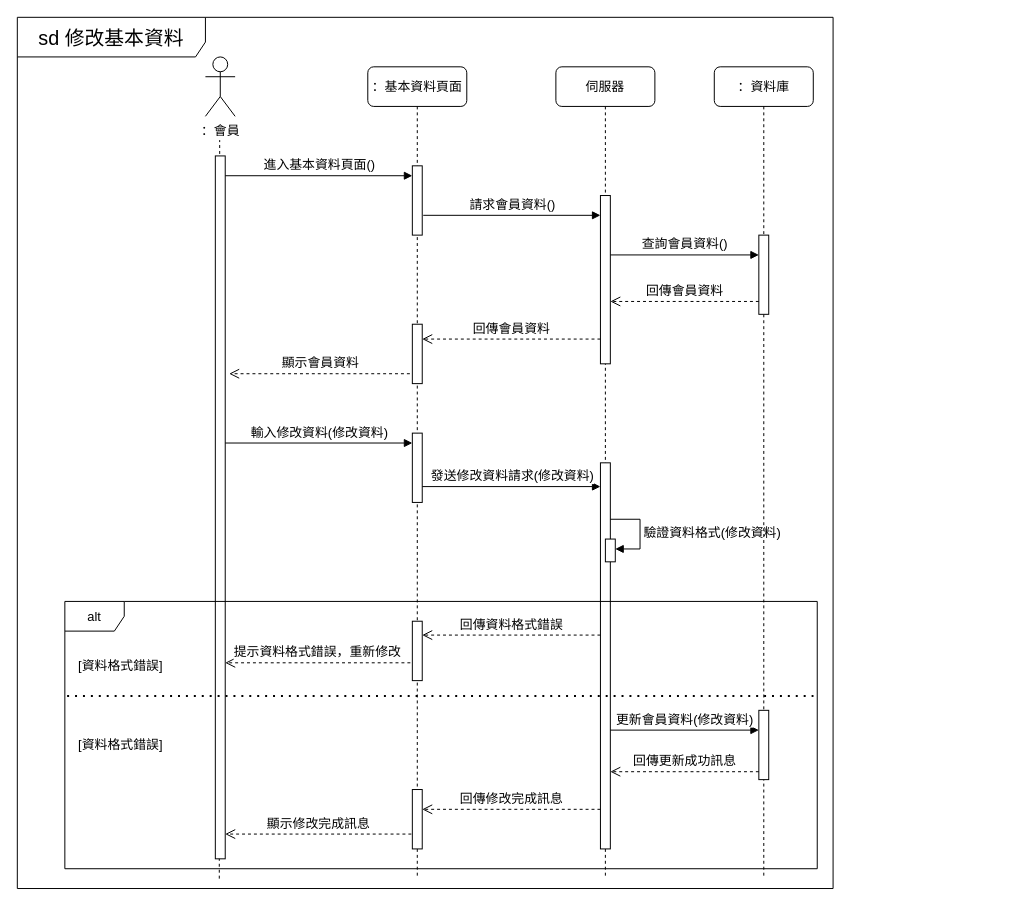
Above: page "修改基本資料" (3 of 9) of 文件製作/複評檔案/物件導向/循序圖.drawio in Cuddles-Yu/ntub-coding (draw.io), before the change. Source tidied: cells renumbered, new cells numbered last; positions are measured from the earlier drawing's top-left corner, leaving out a move shared by most shapes. Both pictures are drawn from the tidied source at 99%, with x=0, y=0 at pixel (17, 17).
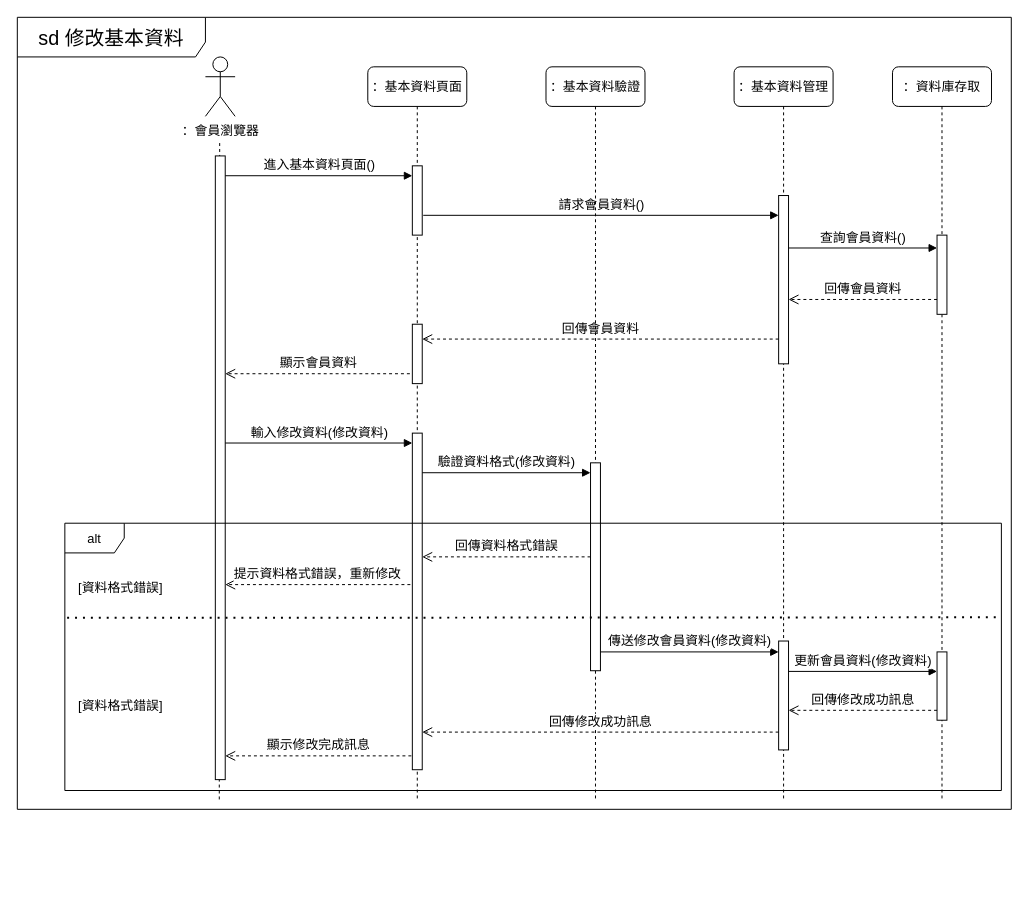
The same diagram, later.

Unchanged cells that the change refers to:
```xml
<mxCell id="18" style="html=1;points=[[0,0,0,0,5],[0,1,0,0,-5],[1,0,0,0,5],[1,1,0,0,-5]];perimeter=orthogonalPerimeter;outlineConnect=0;targetShapes=umlLifeline;portConstraint=eastwest;newEdgeStyle={&quot;curved&quot;:0,&quot;rounded&quot;:0};fontSize=13;" parent="17" vertex="1">
  <mxGeometry x="45" y="170" width="10" height="80" as="geometry" />
</mxCell>
```

The edit, as a diff of the source:
```diff
@@
     <mxCell id="2" style="endArrow=none;dashed=1;html=1;rounded=0;" parent="1" edge="1">
       <mxGeometry relative="1" as="geometry">
-        <mxPoint x="204" y="870" as="sourcePoint" />
+        <mxPoint x="204" y="790" as="sourcePoint" />
         <mxPoint x="204.4" y="124" as="targetPoint" />
       </mxGeometry>
     </mxCell>
     <mxCell id="3" value="&lt;font style=&quot;font-size: 20px;&quot;&gt;sd 修改基本資料&lt;/font&gt;" style="shape=umlFrame;whiteSpace=wrap;html=1;width=190;height=40;" parent="1" vertex="1">
-      <mxGeometry width="824" height="880" as="geometry" />
+      <mxGeometry width="1004" height="800" as="geometry" />
     </mxCell>
-    <mxCell id="4" value="：會員" style="shape=umlActor;verticalLabelPosition=bottom;verticalAlign=top;html=1;fontSize=13;" parent="1" vertex="1">
+    <mxCell id="4" value="：會員瀏覽器" style="shape=umlActor;verticalLabelPosition=bottom;verticalAlign=top;html=1;fontSize=13;" parent="1" vertex="1">
       <mxGeometry x="190" y="40" width="30" height="60" as="geometry" />
     </mxCell>
     <mxCell id="5" value="：基本資料頁面" style="shape=umlLifeline;perimeter=lifelinePerimeter;whiteSpace=wrap;html=1;newEdgeStyle={&quot;edgeStyle&quot;:&quot;elbowEdgeStyle&quot;,&quot;elbow&quot;:&quot;vertical&quot;,&quot;curved&quot;:0,&quot;rounded&quot;:0};rounded=1;fontSize=13;" parent="1" vertex="1">
-      <mxGeometry x="354" y="50" width="100" height="820" as="geometry" />
+      <mxGeometry x="354" y="50" width="100" height="740" as="geometry" />
     </mxCell>
@@
     <mxCell id="8" style="html=1;points=[[0,0,0,0,5],[0,1,0,0,-5],[1,0,0,0,5],[1,1,0,0,-5]];perimeter=orthogonalPerimeter;outlineConnect=0;targetShapes=umlLifeline;portConstraint=eastwest;newEdgeStyle={&quot;curved&quot;:0,&quot;rounded&quot;:0};fontSize=13;" parent="5" vertex="1">
-      <mxGeometry x="45" y="370" width="10" height="70" as="geometry" />
+      <mxGeometry x="45" y="370" width="10" height="340" as="geometry" />
     </mxCell>
-    <mxCell id="9" style="html=1;perimeter=orthogonalPerimeter;targetShapes=umlLifeline;newEdgeStyle={&quot;curved&quot;:0,&quot;rounded&quot;:0};fontSize=13;" parent="5" vertex="1">
-      <mxGeometry x="45" y="560" width="10" height="60" as="geometry" />
-    </mxCell>
-    <mxCell id="10" style="html=1;perimeter=orthogonalPerimeter;targetShapes=umlLifeline;newEdgeStyle={&quot;curved&quot;:0,&quot;rounded&quot;:0};fontSize=13;" parent="5" vertex="1">
-      <mxGeometry x="45" y="730" width="10" height="60" as="geometry" />
-    </mxCell>
     <mxCell id="11" style="html=1;points=[[0,0,0,0,5],[0,1,0,0,-5],[1,0,0,0,5],[1,1,0,0,-5]];perimeter=orthogonalPerimeter;outlineConnect=0;targetShapes=umlLifeline;portConstraint=eastwest;newEdgeStyle={&quot;curved&quot;:0,&quot;rounded&quot;:0};fontSize=13;" parent="1" vertex="1">
-      <mxGeometry x="200" y="140" width="10" height="710" as="geometry" />
+      <mxGeometry x="200" y="140" width="10" height="630" as="geometry" />
     </mxCell>
-    <mxCell id="12" value="伺服器" style="shape=umlLifeline;perimeter=lifelinePerimeter;whiteSpace=wrap;html=1;newEdgeStyle={&quot;edgeStyle&quot;:&quot;elbowEdgeStyle&quot;,&quot;elbow&quot;:&quot;vertical&quot;,&quot;curved&quot;:0,&quot;rounded&quot;:0};rounded=1;fontSize=13;" parent="1" vertex="1">
-      <mxGeometry x="544" y="50" width="100" height="820" as="geometry" />
+    <mxCell id="12" value="：基本資料管理" style="shape=umlLifeline;perimeter=lifelinePerimeter;whiteSpace=wrap;html=1;newEdgeStyle={&quot;edgeStyle&quot;:&quot;elbowEdgeStyle&quot;,&quot;elbow&quot;:&quot;vertical&quot;,&quot;curved&quot;:0,&quot;rounded&quot;:0};rounded=1;fontSize=13;" parent="1" vertex="1">
+      <mxGeometry x="724" y="50" width="100" height="740" as="geometry" />
     </mxCell>
@@
-    <mxCell id="14" style="html=1;points=[[0,0,0,0,5],[0,1,0,0,-5],[1,0,0,0,5],[1,1,0,0,-5]];perimeter=orthogonalPerimeter;outlineConnect=0;targetShapes=umlLifeline;portConstraint=eastwest;newEdgeStyle={&quot;curved&quot;:0,&quot;rounded&quot;:0};fontSize=13;" parent="12" vertex="1">
-      <mxGeometry x="45" y="400" width="10" height="390" as="geometry" />
-    </mxCell>
-    <mxCell id="15" style="html=1;points=[[0,0,0,0,5],[0,1,0,0,-5],[1,0,0,0,5],[1,1,0,0,-5]];perimeter=orthogonalPerimeter;outlineConnect=0;targetShapes=umlLifeline;portConstraint=eastwest;newEdgeStyle={&quot;curved&quot;:0,&quot;rounded&quot;:0};fontSize=13;" parent="12" vertex="1">
-      <mxGeometry x="50" y="477" width="10" height="23" as="geometry" />
-    </mxCell>
-    <mxCell id="16" value="驗證資料格式(修改資料)" style="html=1;align=left;spacingLeft=2;endArrow=block;rounded=0;edgeStyle=orthogonalEdgeStyle;curved=0;rounded=0;fontSize=13;" parent="12" edge="1" target="15">
-      <mxGeometry relative="1" as="geometry">
-        <mxPoint x="55" y="457" as="sourcePoint" />
-        <Array as="points">
-          <mxPoint x="85" y="487" />
-        </Array>
-      </mxGeometry>
-    </mxCell>
+    <mxCell id="33" style="html=1;points=[[0,0,0,0,5],[0,1,0,0,-5],[1,0,0,0,5],[1,1,0,0,-5]];perimeter=orthogonalPerimeter;outlineConnect=0;targetShapes=umlLifeline;portConstraint=eastwest;newEdgeStyle={&quot;curved&quot;:0,&quot;rounded&quot;:0};fontSize=13;" parent="12" vertex="1">
+      <mxGeometry x="45" y="580" width="10" height="110" as="geometry" />
+    </mxCell>
-    <mxCell id="17" value="：資料庫" style="shape=umlLifeline;perimeter=lifelinePerimeter;whiteSpace=wrap;html=1;newEdgeStyle={&quot;edgeStyle&quot;:&quot;elbowEdgeStyle&quot;,&quot;elbow&quot;:&quot;vertical&quot;,&quot;curved&quot;:0,&quot;rounded&quot;:0};rounded=1;fontSize=13;" parent="1" vertex="1">
-      <mxGeometry x="704" y="50" width="100" height="820" as="geometry" />
+    <mxCell id="17" value="：資料庫存取" style="shape=umlLifeline;perimeter=lifelinePerimeter;whiteSpace=wrap;html=1;newEdgeStyle={&quot;edgeStyle&quot;:&quot;elbowEdgeStyle&quot;,&quot;elbow&quot;:&quot;vertical&quot;,&quot;curved&quot;:0,&quot;rounded&quot;:0};rounded=1;fontSize=13;" parent="1" vertex="1">
+      <mxGeometry x="884" y="50" width="100" height="740" as="geometry" />
     </mxCell>
@@
+    <mxCell id="38" style="html=1;points=[[0,0,0,0,5],[0,1,0,0,-5],[1,0,0,0,5],[1,1,0,0,-5]];perimeter=orthogonalPerimeter;outlineConnect=0;targetShapes=umlLifeline;portConstraint=eastwest;newEdgeStyle={&quot;curved&quot;:0,&quot;rounded&quot;:0};fontSize=13;" parent="17" vertex="1">
+      <mxGeometry x="45" y="591" width="10" height="69" as="geometry" />
+    </mxCell>
@@
-    <mxCell id="21" value="查詢會員資料()" style="html=1;verticalAlign=bottom;endArrow=block;curved=0;rounded=0;fontSize=13;" parent="1" edge="1">
+    <mxCell id="21" value="查詢會員資料()" style="html=1;verticalAlign=bottom;endArrow=block;curved=0;rounded=0;fontSize=13;" parent="1" edge="1" target="18">
       <mxGeometry relative="1" as="geometry">
-        <mxPoint x="599" y="240" as="sourcePoint" />
-        <mxPoint x="749" y="240" as="targetPoint" />
+        <mxPoint x="779" y="233" as="sourcePoint" />
       </mxGeometry>
     </mxCell>
-    <mxCell id="22" value="回傳會員資料" style="html=1;verticalAlign=bottom;endArrow=open;dashed=1;endSize=8;curved=0;rounded=0;fontSize=13;" parent="1" edge="1">
+    <mxCell id="22" value="回傳會員資料" style="html=1;verticalAlign=bottom;endArrow=open;dashed=1;endSize=8;curved=0;rounded=0;fontSize=13;" parent="1" edge="1" source="18">
       <mxGeometry relative="1" as="geometry">
-        <mxPoint x="749" y="287" as="sourcePoint" />
-        <mxPoint x="599" y="287" as="targetPoint" />
+        <mxPoint x="779" y="285" as="targetPoint" />
       </mxGeometry>
     </mxCell>
@@
-    <mxCell id="24" value="顯示會員資料" style="html=1;verticalAlign=bottom;endArrow=open;dashed=1;endSize=8;curved=0;rounded=0;fontSize=13;" parent="1" edge="1">
+    <mxCell id="24" value="顯示會員資料" style="html=1;verticalAlign=bottom;endArrow=open;dashed=1;endSize=8;curved=0;rounded=0;fontSize=13;" parent="1" edge="1" target="11">
       <mxGeometry relative="1" as="geometry">
         <mxPoint x="396.5" y="360" as="sourcePoint" />
-        <mxPoint x="214" y="360" as="targetPoint" />
       </mxGeometry>
     </mxCell>
@@
-    <mxCell id="26" value="發送修改資料請求(修改資料)" style="html=1;verticalAlign=bottom;endArrow=block;curved=0;rounded=0;fontSize=13;" parent="1" edge="1" target="14">
-      <mxGeometry x="0.01" relative="1" as="geometry">
-        <mxPoint x="409" y="474" as="sourcePoint" />
-      </mxGeometry>
-    </mxCell>
-    <mxCell id="27" value="alt" style="shape=umlFrame;whiteSpace=wrap;html=1;fontSize=13;" parent="1" vertex="1">
-      <mxGeometry x="48" y="590" width="760" height="270" as="geometry" />
-    </mxCell>
     <mxCell id="28" value="[資料格式錯誤]" style="text;html=1;align=center;verticalAlign=middle;strokeColor=none;fillColor=none;fontSize=13;" parent="1" vertex="1">
-      <mxGeometry x="49" y="640" width="110" height="30" as="geometry" />
+      <mxGeometry x="49" y="561" width="110" height="30" as="geometry" />
     </mxCell>
-    <mxCell id="29" value="回傳資料格式錯誤" style="html=1;verticalAlign=bottom;endArrow=open;dashed=1;endSize=8;curved=0;rounded=0;fontSize=13;" parent="1" edge="1">
+    <mxCell id="29" value="回傳資料格式錯誤" style="html=1;verticalAlign=bottom;endArrow=open;dashed=1;endSize=8;curved=0;rounded=0;fontSize=13;" parent="1" edge="1" source="40">
       <mxGeometry relative="1" as="geometry">
-        <mxPoint x="589" y="624" as="sourcePoint" />
-        <mxPoint x="409" y="624" as="targetPoint" />
+        <mxPoint x="409" y="545" as="targetPoint" />
       </mxGeometry>
     </mxCell>
     <mxCell id="30" value="提示資料格式錯誤，重新修改" style="html=1;verticalAlign=bottom;endArrow=open;dashed=1;endSize=8;curved=0;rounded=0;fontSize=13;" parent="1" edge="1">
       <mxGeometry relative="1" as="geometry">
-        <mxPoint x="397" y="652" as="sourcePoint" />
-        <mxPoint x="210" y="652" as="targetPoint" />
+        <mxPoint x="397" y="573" as="sourcePoint" />
+        <mxPoint x="210" y="573" as="targetPoint" />
       </mxGeometry>
     </mxCell>
     <mxCell id="31" value="[資料格式錯誤]" style="text;html=1;align=center;verticalAlign=middle;strokeColor=none;fillColor=none;fontSize=13;" parent="1" vertex="1">
-      <mxGeometry x="49" y="720" width="110" height="30" as="geometry" />
+      <mxGeometry x="49" y="680" width="110" height="30" as="geometry" />
     </mxCell>
+    <mxCell id="36" value="顯示修改完成訊息" style="html=1;verticalAlign=bottom;endArrow=open;dashed=1;endSize=8;curved=0;rounded=0;fontSize=13;" parent="1" edge="1">
+      <mxGeometry relative="1" as="geometry">
+        <mxPoint x="398" y="746" as="sourcePoint" />
+        <mxPoint x="210" y="746" as="targetPoint" />
+      </mxGeometry>
+    </mxCell>
+    <mxCell id="39" value="：基本資料驗證" style="shape=umlLifeline;perimeter=lifelinePerimeter;whiteSpace=wrap;html=1;newEdgeStyle={&quot;edgeStyle&quot;:&quot;elbowEdgeStyle&quot;,&quot;elbow&quot;:&quot;vertical&quot;,&quot;curved&quot;:0,&quot;rounded&quot;:0};rounded=1;fontSize=13;" parent="1" vertex="1">
+      <mxGeometry x="534" y="50" width="100" height="740" as="geometry" />
+    </mxCell>
+    <mxCell id="40" style="html=1;points=[[0,0,0,0,5],[0,1,0,0,-5],[1,0,0,0,5],[1,1,0,0,-5]];perimeter=orthogonalPerimeter;outlineConnect=0;targetShapes=umlLifeline;portConstraint=eastwest;newEdgeStyle={&quot;curved&quot;:0,&quot;rounded&quot;:0};fontSize=13;" parent="39" vertex="1">
+      <mxGeometry x="45" y="400" width="10" height="210" as="geometry" />
+    </mxCell>
+    <mxCell id="16" value="&lt;span style=&quot;font-size: 13px; text-align: left;&quot;&gt;驗證資料格式(修改資料)&lt;/span&gt;" style="html=1;verticalAlign=bottom;endArrow=block;curved=0;rounded=0;fontSize=13;" parent="1" edge="1" target="40">
+      <mxGeometry relative="1" as="geometry">
+        <mxPoint x="409" y="460" as="sourcePoint" />
+      </mxGeometry>
+    </mxCell>
-    <mxCell id="32" value="更新會員資料(修改資料)" style="html=1;verticalAlign=bottom;endArrow=block;curved=0;rounded=0;fontSize=13;" parent="1" edge="1" target="33">
+    <mxCell id="32" value="傳送修改會員資料(修改資料)" style="html=1;verticalAlign=bottom;endArrow=block;curved=0;rounded=0;fontSize=13;" parent="1" edge="1" target="33">
       <mxGeometry relative="1" as="geometry">
-        <mxPoint x="599" y="720" as="sourcePoint" />
+        <mxPoint x="589" y="641" as="sourcePoint" />
       </mxGeometry>
     </mxCell>
-    <mxCell id="33" style="html=1;points=[[0,0,0,0,5],[0,1,0,0,-5],[1,0,0,0,5],[1,1,0,0,-5]];perimeter=orthogonalPerimeter;outlineConnect=0;targetShapes=umlLifeline;portConstraint=eastwest;newEdgeStyle={&quot;curved&quot;:0,&quot;rounded&quot;:0};fontSize=13;" parent="1" vertex="1">
-      <mxGeometry x="749" y="700" width="10" height="70" as="geometry" />
-    </mxCell>
-    <mxCell id="34" value="回傳更新成功訊息" style="html=1;verticalAlign=bottom;endArrow=open;dashed=1;endSize=8;curved=0;rounded=0;fontSize=13;" parent="1" edge="1">
-      <mxGeometry relative="1" as="geometry">
-        <mxPoint x="749" y="762" as="sourcePoint" />
-        <mxPoint x="599" y="762" as="targetPoint" />
-      </mxGeometry>
-    </mxCell>
-    <mxCell id="35" value="回傳修改完成訊息" style="html=1;verticalAlign=bottom;endArrow=open;dashed=1;endSize=8;curved=0;rounded=0;fontSize=13;" parent="1" edge="1">
-      <mxGeometry relative="1" as="geometry">
-        <mxPoint x="589" y="800" as="sourcePoint" />
-        <mxPoint x="409" y="800" as="targetPoint" />
-      </mxGeometry>
-    </mxCell>
-    <mxCell id="36" value="顯示修改完成訊息" style="html=1;verticalAlign=bottom;endArrow=open;dashed=1;endSize=8;curved=0;rounded=0;fontSize=13;" parent="1" edge="1">
-      <mxGeometry relative="1" as="geometry">
-        <mxPoint x="398" y="825" as="sourcePoint" />
-        <mxPoint x="210" y="825" as="targetPoint" />
-      </mxGeometry>
-    </mxCell>
+    <mxCell id="41" value="&lt;font style=&quot;font-size: 13px;&quot;&gt;更新會員資料(修改資料)&lt;/font&gt;" style="html=1;verticalAlign=bottom;endArrow=block;curved=0;rounded=0;fontSize=13;" parent="1" edge="1" target="38">
+      <mxGeometry relative="1" as="geometry">
+        <mxPoint x="779" y="660.7" as="sourcePoint" />
+      </mxGeometry>
+    </mxCell>
+    <mxCell id="42" value="&lt;font style=&quot;font-size: 13px;&quot;&gt;回傳修改成功訊息&lt;/font&gt;" style="html=1;verticalAlign=bottom;endArrow=open;dashed=1;endSize=8;curved=0;rounded=0;fontSize=13;" parent="1" edge="1" target="33">
+      <mxGeometry relative="1" as="geometry">
+        <mxPoint x="929" y="700" as="sourcePoint" />
+      </mxGeometry>
+    </mxCell>
+    <mxCell id="43" value="&lt;font style=&quot;font-size: 13px;&quot;&gt;回傳修改成功訊息&lt;/font&gt;" style="html=1;verticalAlign=bottom;endArrow=open;dashed=1;endSize=8;curved=0;rounded=0;fontSize=13;" parent="1" edge="1" target="8">
+      <mxGeometry relative="1" as="geometry">
+        <mxPoint x="769" y="722" as="sourcePoint" />
+      </mxGeometry>
+    </mxCell>
+    <mxCell id="27" value="alt" style="shape=umlFrame;whiteSpace=wrap;html=1;fontSize=13;" parent="1" vertex="1">
+      <mxGeometry x="48" y="511" width="946" height="270" as="geometry" />
+    </mxCell>
-    <mxCell id="37" style="endArrow=none;dashed=1;html=1;dashPattern=1 3;strokeWidth=2;rounded=0;exitX=0.003;exitY=0.388;exitDx=0;exitDy=0;exitPerimeter=0;entryX=0.995;entryY=0.393;entryDx=0;entryDy=0;entryPerimeter=0;fontSize=13;" parent="1" edge="1">
+    <mxCell id="37" style="endArrow=none;dashed=1;html=1;dashPattern=1 3;strokeWidth=2;rounded=0;exitX=0.003;exitY=0.388;exitDx=0;exitDy=0;exitPerimeter=0;entryX=1;entryY=0.352;entryDx=0;entryDy=0;entryPerimeter=0;fontSize=13;" parent="1" edge="1" target="27">
       <mxGeometry relative="1" as="geometry">
-        <mxPoint x="50.3" y="685.6" as="sourcePoint" />
-        <mxPoint x="804.2" y="685.6" as="targetPoint" />
+        <mxPoint x="50.3" y="606.6" as="sourcePoint" />
       </mxGeometry>
     </mxCell>
```
